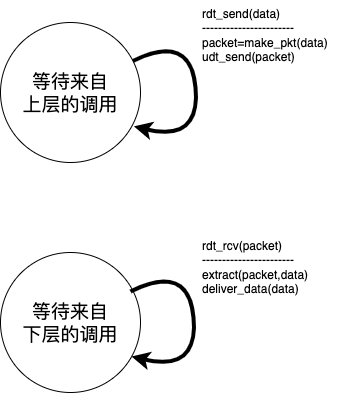
This is net_t_d/未命名绘图.drawio.png from zhaole0606/pic, a draw.io export, as it was before one commit. Source tidied: cells renumbered, new cells last; positions are measured from the earlier drawing's top-left corner, leaving out a move shared by most shapes.
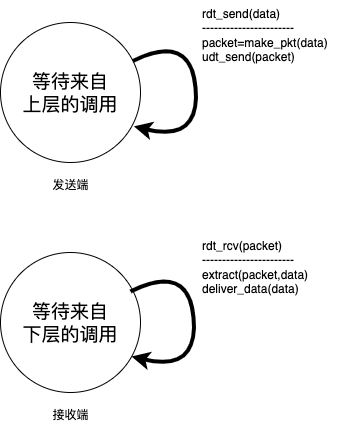
After the change.

Commit message:
更新未命名绘图.drawio.png

The edit, as a diff of the source:
```diff
@@ -32,5 +32,11 @@
     <mxCell id="7" value="rdt_rcv(packet)&lt;br&gt;-----------------------&lt;br&gt;extract(packet,data)&lt;br&gt;deliver_data(data)" style="text;html=1;align=left;verticalAlign=middle;strokeColor=none;fillColor=none;" parent="1" vertex="1">
       <mxGeometry x="200" y="232" width="130" height="70" as="geometry" />
     </mxCell>
+    <mxCell id="8" value="发送端" style="text;html=1;align=center;verticalAlign=middle;strokeColor=none;fillColor=none;fontSize=11;fontFamily=Helvetica;fontColor=default;" parent="1" vertex="1">
+      <mxGeometry x="40" y="170" width="60" height="30" as="geometry" />
+    </mxCell>
+    <mxCell id="9" value="接收端" style="text;html=1;align=center;verticalAlign=middle;strokeColor=none;fillColor=none;fontSize=11;fontFamily=Helvetica;fontColor=default;" parent="1" vertex="1">
+      <mxGeometry x="40" y="400" width="60" height="30" as="geometry" />
+    </mxCell>
   </root>
 </mxGraphModel>
```
